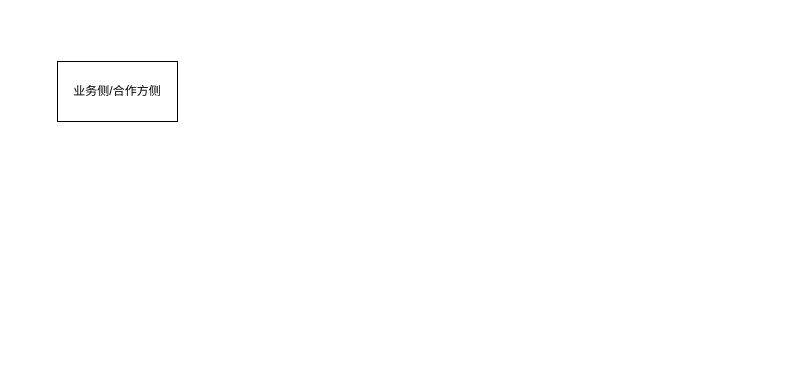
Before: 清结算流程.drawio in 1suming/drawio, a draw.io diagram. Source tidied: cells renumbered, new cells numbered last; positions are measured from the earlier drawing's top-left corner, leaving out a move shared by most shapes. Both pictures are drawn from the tidied source at 100%, with x=0, y=0 at pixel (57, 61).
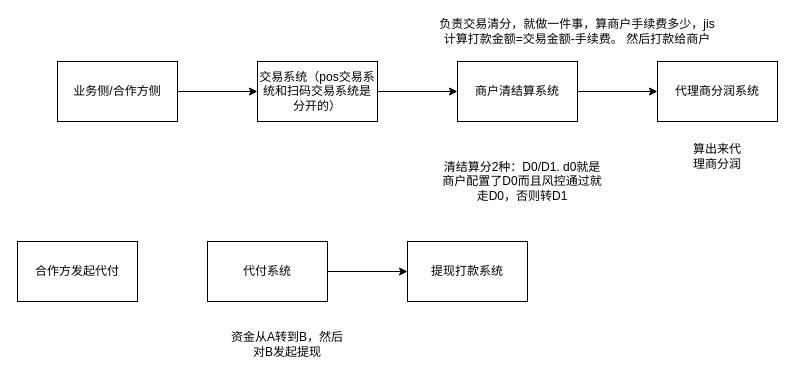
The same page after the edit.

Commit message:
更新清结算流程.drawio

The edit, as a diff of the source:
```diff
@@
 <mxGraphModel>
   <root>
     <mxCell id="0" />
     <mxCell id="1" parent="0" />
+    <mxCell id="3" style="edgeStyle=orthogonalEdgeStyle;rounded=0;jettySize=auto;html=1;" parent="1" edge="1" source="2" target="5">
+      <mxGeometry relative="1" as="geometry" />
+    </mxCell>
     <mxCell id="2" value="业务侧/合作方侧" style="rounded=0;whiteSpace=wrap;html=1;" parent="1" vertex="1">
       <mxGeometry width="120" height="60" as="geometry" />
     </mxCell>
+    <mxCell id="4" style="edgeStyle=orthogonalEdgeStyle;rounded=0;jettySize=auto;html=1;" parent="1" edge="1" source="5" target="7">
+      <mxGeometry relative="1" as="geometry" />
+    </mxCell>
+    <mxCell id="5" value="交易系统（pos交易系统和扫码交易系统是分开的）" style="rounded=0;whiteSpace=wrap;html=1;" parent="1" vertex="1">
+      <mxGeometry x="200" width="120" height="60" as="geometry" />
+    </mxCell>
+    <mxCell id="6" style="edgeStyle=orthogonalEdgeStyle;rounded=0;jettySize=auto;html=1;" parent="1" edge="1" source="7" target="8">
+      <mxGeometry relative="1" as="geometry" />
+    </mxCell>
+    <mxCell id="7" value="商户清结算系统" style="rounded=0;whiteSpace=wrap;html=1;" parent="1" vertex="1">
+      <mxGeometry x="400" width="120" height="60" as="geometry" />
+    </mxCell>
+    <mxCell id="8" value="代理商分润系统" style="rounded=0;whiteSpace=wrap;html=1;" parent="1" vertex="1">
+      <mxGeometry x="600" width="120" height="60" as="geometry" />
+    </mxCell>
+    <mxCell id="9" value="负责交易清分，就做一件事，算商户手续费多少，jis计算打款金额=交易金额-手续费。 然后打款给商户" style="text;html=1;strokeColor=none;fillColor=none;align=center;verticalAlign=middle;whiteSpace=wrap;rounded=0;" parent="1" vertex="1">
+      <mxGeometry x="380" y="-40" width="280" height="20" as="geometry" />
+    </mxCell>
+    <mxCell id="10" value="算出来代理商分润" style="text;html=1;strokeColor=none;fillColor=none;align=center;verticalAlign=middle;whiteSpace=wrap;rounded=0;" parent="1" vertex="1">
+      <mxGeometry x="630" y="80" width="60" height="30" as="geometry" />
+    </mxCell>
+    <mxCell id="11" style="edgeStyle=orthogonalEdgeStyle;rounded=0;jettySize=auto;html=1;" parent="1" edge="1" source="12" target="13">
+      <mxGeometry relative="1" as="geometry" />
+    </mxCell>
+    <mxCell id="12" value="代付系统" style="rounded=0;whiteSpace=wrap;html=1;" parent="1" vertex="1">
+      <mxGeometry x="150" y="180" width="120" height="60" as="geometry" />
+    </mxCell>
+    <mxCell id="13" value="提现打款系统" style="rounded=0;whiteSpace=wrap;html=1;" parent="1" vertex="1">
+      <mxGeometry x="350" y="180" width="120" height="60" as="geometry" />
+    </mxCell>
+    <mxCell id="14" value="合作方发起代付" style="rounded=0;whiteSpace=wrap;html=1;" parent="1" vertex="1">
+      <mxGeometry x="-40" y="180" width="120" height="60" as="geometry" />
+    </mxCell>
+    <mxCell id="15" value="资金从A转到B，然后对B发起提现" style="text;html=1;strokeColor=none;fillColor=none;align=center;verticalAlign=middle;whiteSpace=wrap;rounded=0;" parent="1" vertex="1">
+      <mxGeometry x="170" y="270" width="120" height="25" as="geometry" />
+    </mxCell>
+    <mxCell id="16" value="清结算分2种：D0/D1. d0就是商户配置了D0而且风控通过就走D0，否则转D1" style="text;html=1;strokeColor=none;fillColor=none;align=center;verticalAlign=middle;whiteSpace=wrap;rounded=0;" parent="1" vertex="1">
+      <mxGeometry x="380" y="110" width="170" height="20" as="geometry" />
+    </mxCell>
   </root>
 </mxGraphModel>
```
